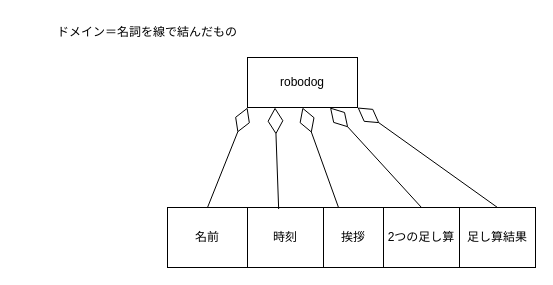
This is 06_robodog/domain.drawio from o-har/o-hara_uml, a draw.io file, before an edit. Source tidied: cells renumbered, new cells numbered last; positions are measured from the earlier drawing's top-left corner, leaving out a move shared by most shapes. Both pictures are drawn from the tidied source at 100%, with x=0, y=0 at pixel (47, 17).
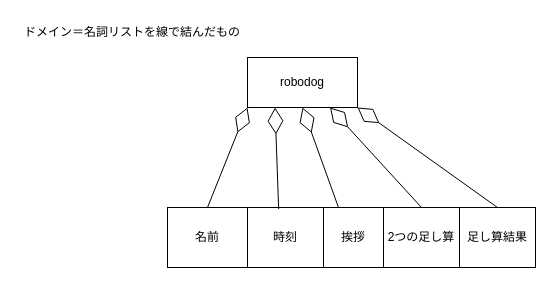
After the change.

Diff of the diagram source:
```diff
@@
 <mxGraphModel>
   <root>
     <mxCell id="0" />
     <mxCell id="1" parent="0" />
     <mxCell id="2" value="名前" style="rounded=0;whiteSpace=wrap;html=1;" parent="1" vertex="1">
       <mxGeometry x="120" y="190" width="80" height="60" as="geometry" />
     </mxCell>
     <mxCell id="3" style="endArrow=diamondThin;endFill=0;endSize=24;html=1;entryX=0;entryY=1;entryDx=0;entryDy=0;exitX=0.5;exitY=0;exitDx=0;exitDy=0;" parent="1" edge="1" source="2" target="4">
       <mxGeometry relative="1" as="geometry" />
     </mxCell>
     <mxCell id="4" value="robodog" style="html=1;whiteSpace=wrap;" parent="1" vertex="1">
       <mxGeometry x="200" y="40" width="110" height="50" as="geometry" />
     </mxCell>
     <mxCell id="5" value="時刻" style="rounded=0;whiteSpace=wrap;html=1;" parent="1" vertex="1">
       <mxGeometry x="200" y="190" width="76" height="60" as="geometry" />
     </mxCell>
     <mxCell id="6" style="endArrow=diamondThin;endFill=0;endSize=24;html=1;entryX=0.25;entryY=1;entryDx=0;entryDy=0;exitX=0.41;exitY=0.025;exitDx=0;exitDy=0;exitPerimeter=0;" parent="1" edge="1" source="5" target="4">
       <mxGeometry relative="1" as="geometry" />
     </mxCell>
     <mxCell id="7" value="挨拶" style="rounded=0;whiteSpace=wrap;html=1;" parent="1" vertex="1">
       <mxGeometry x="276" y="190" width="60" height="60" as="geometry" />
     </mxCell>
     <mxCell id="8" style="endArrow=diamondThin;endFill=0;endSize=24;html=1;entryX=0.5;entryY=1;entryDx=0;entryDy=0;exitX=0.25;exitY=0;exitDx=0;exitDy=0;" parent="1" edge="1" source="7" target="4">
       <mxGeometry relative="1" as="geometry" />
     </mxCell>
     <mxCell id="9" style="endArrow=diamondThin;endFill=0;endSize=24;html=1;entryX=0.75;entryY=1;entryDx=0;entryDy=0;exitX=0.5;exitY=0;exitDx=0;exitDy=0;" parent="1" edge="1" source="12" target="4">
       <mxGeometry relative="1" as="geometry" />
     </mxCell>
     <mxCell id="10" style="endArrow=diamondThin;endFill=0;endSize=24;html=1;entryX=1;entryY=1;entryDx=0;entryDy=0;exitX=0.5;exitY=0;exitDx=0;exitDy=0;" parent="1" edge="1" source="11" target="4">
       <mxGeometry relative="1" as="geometry" />
     </mxCell>
     <mxCell id="11" value="足し算結果" style="rounded=0;whiteSpace=wrap;html=1;" parent="1" vertex="1">
       <mxGeometry x="412" y="190" width="76" height="60" as="geometry" />
     </mxCell>
     <mxCell id="12" value="2つの足し算" style="rounded=0;whiteSpace=wrap;html=1;" parent="1" vertex="1">
       <mxGeometry x="336" y="190" width="76" height="60" as="geometry" />
     </mxCell>
-    <mxCell id="13" value="ドメイン＝名詞を線で結んだもの" style="text;html=1;align=center;verticalAlign=middle;whiteSpace=wrap;rounded=0;" parent="1" vertex="1">
-      <mxGeometry width="200" height="30" as="geometry" />
+    <mxCell id="13" value="ドメイン＝名詞リストを線で結んだもの" style="text;html=1;align=center;verticalAlign=middle;whiteSpace=wrap;rounded=0;" parent="1" vertex="1">
+      <mxGeometry x="-30" width="230" height="30" as="geometry" />
     </mxCell>
   </root>
 </mxGraphModel>
```
